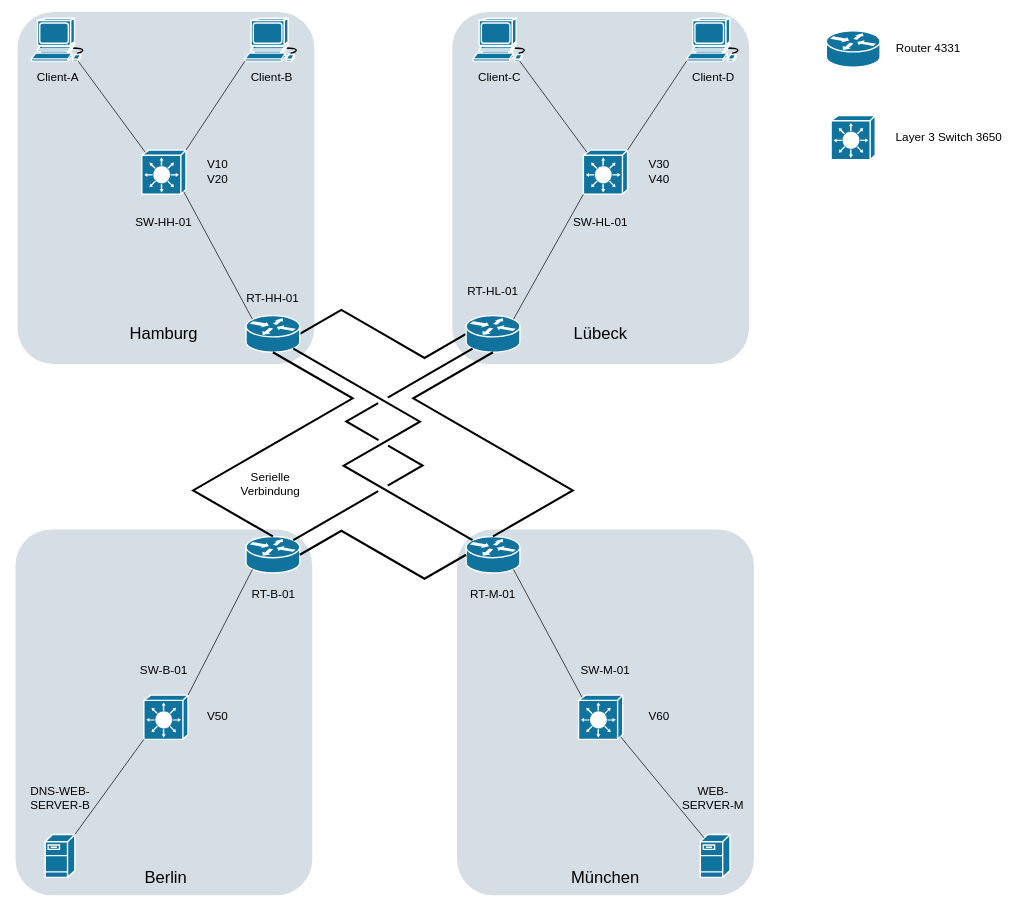
mvxsvchs/LF09 keeps this draw.io diagram as netzwerkplan.drawio. Above is the earlier version. Source tidied: cells renumbered, new cells numbered last; positions are measured from the earlier drawing's top-left corner, leaving out a move shared by most shapes. Both pictures are drawn from the tidied source at 69%, with x=0, y=0 at pixel (12, 12).
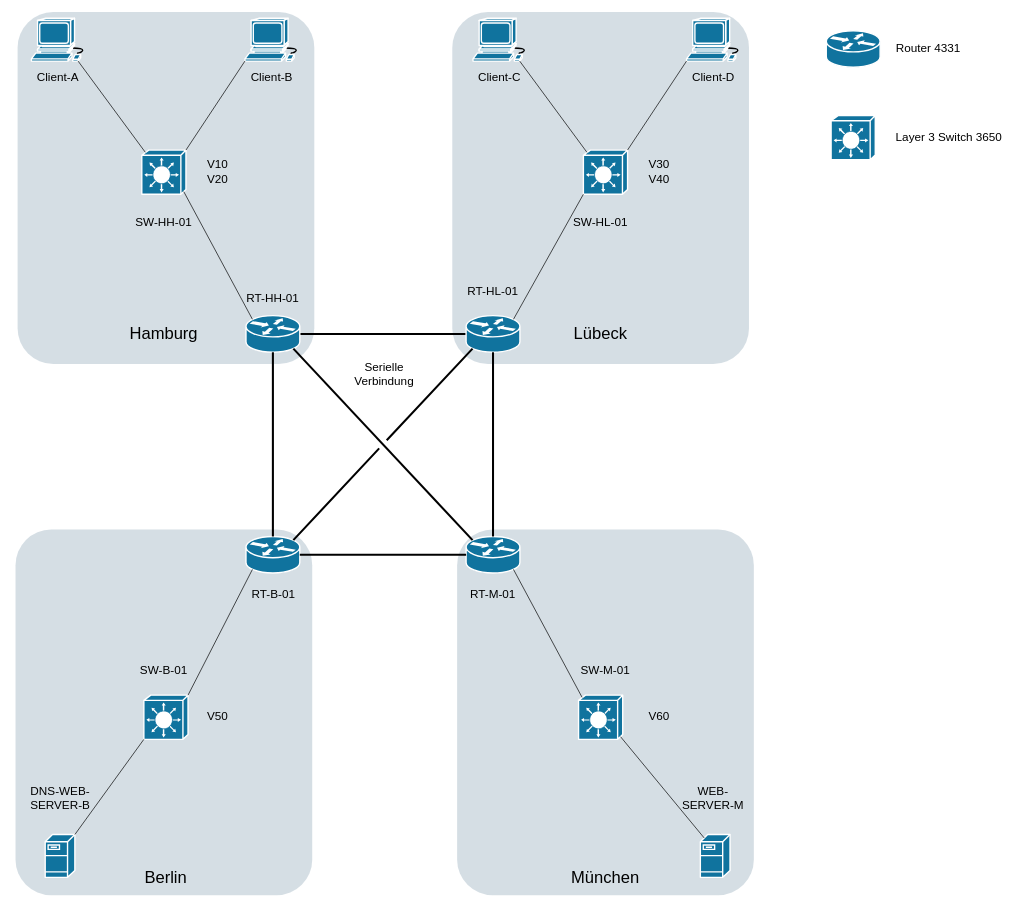
The same diagram, later.

Commit message:
Rune entfernt

Unchanged cells that the change refers to:
```xml
<mxCell id="10" style="shape=mxgraph.cisco.routers.router;html=1;dashed=0;fillColor=#10739E;strokeColor=#ffffff;strokeWidth=2;verticalLabelPosition=bottom;verticalAlign=top;fontFamily=Helvetica;fontSize=36;fontColor=#FFB366;" parent="1" vertex="1">
  <mxGeometry x="339" y="440" width="78" height="53" as="geometry" />
</mxCell>
<mxCell id="11" style="shape=mxgraph.cisco.routers.router;html=1;dashed=0;fillColor=#10739E;strokeColor=#ffffff;strokeWidth=2;verticalLabelPosition=bottom;verticalAlign=top;fontFamily=Helvetica;fontSize=36;fontColor=#FFB366;" parent="1" vertex="1">
  <mxGeometry x="658" y="760" width="78" height="53" as="geometry" />
</mxCell>
<mxCell id="12" style="shape=mxgraph.cisco.routers.router;html=1;dashed=0;fillColor=#10739E;strokeColor=#ffffff;strokeWidth=2;verticalLabelPosition=bottom;verticalAlign=top;fontFamily=Helvetica;fontSize=36;fontColor=#FFB366;" parent="1" vertex="1">
  <mxGeometry x="658" y="440" width="78" height="53" as="geometry" />
</mxCell>
<mxCell id="13" style="shape=mxgraph.cisco.routers.router;html=1;dashed=0;fillColor=#10739E;strokeColor=#ffffff;strokeWidth=2;verticalLabelPosition=bottom;verticalAlign=top;fontFamily=Helvetica;fontSize=36;fontColor=#FFB366;" parent="1" vertex="1">
  <mxGeometry x="339" y="760" width="78" height="53" as="geometry" />
</mxCell>
```

Change to the diagram source:
```diff
@@
-    <mxCell id="9" style="edgeStyle=isometricEdgeStyle;rounded=0;jettySize=auto;html=1;exitX=1;exitY=0.5;exitDx=0;exitDy=0;exitPerimeter=0;endArrow=none;startFill=0;entryX=0;entryY=0.5;entryDx=0;entryDy=0;entryPerimeter=0;strokeColor=light-dark(#000000,#CC0000);strokeWidth=3;" parent="1" edge="1" source="10" target="12">
+    <mxCell id="9" style="rounded=0;jettySize=auto;html=1;exitX=1;exitY=0.5;exitDx=0;exitDy=0;exitPerimeter=0;endArrow=none;startFill=0;entryX=0;entryY=0.5;entryDx=0;entryDy=0;entryPerimeter=0;strokeColor=light-dark(#000000,#CC0000);strokeWidth=3;" parent="1" edge="1" source="10" target="12">
       <mxGeometry relative="1" as="geometry" />
     </mxCell>
@@
-    <mxCell id="24" style="edgeStyle=isometricEdgeStyle;rounded=0;jettySize=auto;html=1;exitX=0.5;exitY=1;exitDx=0;exitDy=0;exitPerimeter=0;entryX=0.5;entryY=0;entryDx=0;entryDy=0;entryPerimeter=0;endArrow=none;startFill=0;strokeWidth=3;strokeColor=light-dark(#000000,#CC0000);" parent="1" edge="1" source="12" target="11">
+    <mxCell id="24" style="rounded=0;jettySize=auto;html=1;exitX=0.5;exitY=1;exitDx=0;exitDy=0;exitPerimeter=0;entryX=0.5;entryY=0;entryDx=0;entryDy=0;entryPerimeter=0;endArrow=none;startFill=0;strokeWidth=3;strokeColor=light-dark(#000000,#CC0000);" parent="1" edge="1" source="12" target="11">
       <mxGeometry relative="1" as="geometry" />
     </mxCell>
-    <mxCell id="25" style="edgeStyle=isometricEdgeStyle;rounded=0;jettySize=auto;html=1;exitX=0;exitY=0.5;exitDx=0;exitDy=0;exitPerimeter=0;entryX=1;entryY=0.5;entryDx=0;entryDy=0;entryPerimeter=0;endArrow=none;startFill=0;strokeWidth=3;strokeColor=light-dark(#000000,#CC0000);" parent="1" edge="1" source="11" target="13">
+    <mxCell id="25" style="rounded=0;jettySize=auto;html=1;exitX=0;exitY=0.5;exitDx=0;exitDy=0;exitPerimeter=0;entryX=1;entryY=0.5;entryDx=0;entryDy=0;entryPerimeter=0;endArrow=none;startFill=0;strokeWidth=3;strokeColor=light-dark(#000000,#CC0000);" parent="1" edge="1" source="11" target="13">
       <mxGeometry relative="1" as="geometry" />
     </mxCell>
-    <mxCell id="26" style="edgeStyle=isometricEdgeStyle;rounded=0;jettySize=auto;html=1;exitX=0.5;exitY=0;exitDx=0;exitDy=0;exitPerimeter=0;entryX=0.5;entryY=1;entryDx=0;entryDy=0;entryPerimeter=0;endArrow=none;startFill=0;elbow=vertical;endSize=6;curved=0;arcSize=20;strokeColor=light-dark(#000000,#CC0000);strokeWidth=3;" parent="1" edge="1" source="13" target="10">
+    <mxCell id="26" style="rounded=0;jettySize=auto;html=1;exitX=0.5;exitY=0;exitDx=0;exitDy=0;exitPerimeter=0;entryX=0.5;entryY=1;entryDx=0;entryDy=0;entryPerimeter=0;endArrow=none;startFill=0;elbow=vertical;endSize=6;arcSize=20;strokeColor=light-dark(#000000,#CC0000);strokeWidth=3;" parent="1" edge="1" source="13" target="10">
       <mxGeometry relative="1" as="geometry" />
     </mxCell>
@@
-    <mxCell id="38" style="rounded=0;jettySize=auto;html=1;exitX=0.88;exitY=0.9;exitDx=0;exitDy=0;exitPerimeter=0;entryX=0.12;entryY=0.1;entryDx=0;entryDy=0;entryPerimeter=0;endArrow=none;startFill=0;strokeWidth=3;strokeColor=light-dark(#000000,#CC0000);edgeStyle=isometricEdgeStyle;elbow=vertical;" parent="1" edge="1" source="10" target="11">
-      <mxGeometry relative="1" as="geometry">
-        <Array as="points">
-          <mxPoint x="528" y="630" />
-        </Array>
-      </mxGeometry>
+    <mxCell id="38" style="rounded=0;jettySize=auto;html=1;exitX=0.88;exitY=0.9;exitDx=0;exitDy=0;exitPerimeter=0;entryX=0.12;entryY=0.1;entryDx=0;entryDy=0;entryPerimeter=0;endArrow=none;startFill=0;strokeWidth=3;strokeColor=light-dark(#000000,#CC0000);elbow=vertical;" parent="1" edge="1" source="10" target="11">
+      <mxGeometry relative="1" as="geometry" />
     </mxCell>
-    <mxCell id="39" style="rounded=0;jettySize=auto;html=1;exitX=0.12;exitY=0.9;exitDx=0;exitDy=0;exitPerimeter=0;entryX=0.88;entryY=0.1;entryDx=0;entryDy=0;entryPerimeter=0;endArrow=none;startFill=0;edgeStyle=isometricEdgeStyle;strokeColor=light-dark(#000000,#CC0000);strokeWidth=3;jumpStyle=gap;jumpSize=12;" parent="1" edge="1" source="12" target="13">
-      <mxGeometry relative="1" as="geometry">
-        <Array as="points">
-          <mxPoint x="548" y="630" />
-        </Array>
-      </mxGeometry>
+    <mxCell id="39" style="rounded=0;jettySize=auto;html=1;exitX=0.12;exitY=0.9;exitDx=0;exitDy=0;exitPerimeter=0;entryX=0.88;entryY=0.1;entryDx=0;entryDy=0;entryPerimeter=0;endArrow=none;startFill=0;strokeColor=light-dark(#000000,#CC0000);strokeWidth=3;jumpStyle=gap;jumpSize=12;" parent="1" edge="1" source="12" target="13">
+      <mxGeometry relative="1" as="geometry" />
     </mxCell>
@@
-    <mxCell id="62" value="&lt;font style=&quot;font-size: 17px;&quot;&gt;Serielle Verbindung&lt;/font&gt;" style="text;html=1;align=center;verticalAlign=middle;whiteSpace=wrap;rounded=0;" parent="1" vertex="1">
-      <mxGeometry x="303" y="670" width="143" height="30" as="geometry" />
+    <mxCell id="62" value="&lt;font style=&quot;font-size: 17px;&quot;&gt;Serielle Verbindung&lt;/font&gt;" style="text;html=1;align=center;verticalAlign=middle;whiteSpace=wrap;rounded=0;fontColor=light-dark(#000000,#FFFFFF);" parent="1" vertex="1">
+      <mxGeometry x="468" y="510" width="143" height="30" as="geometry" />
     </mxCell>
```
